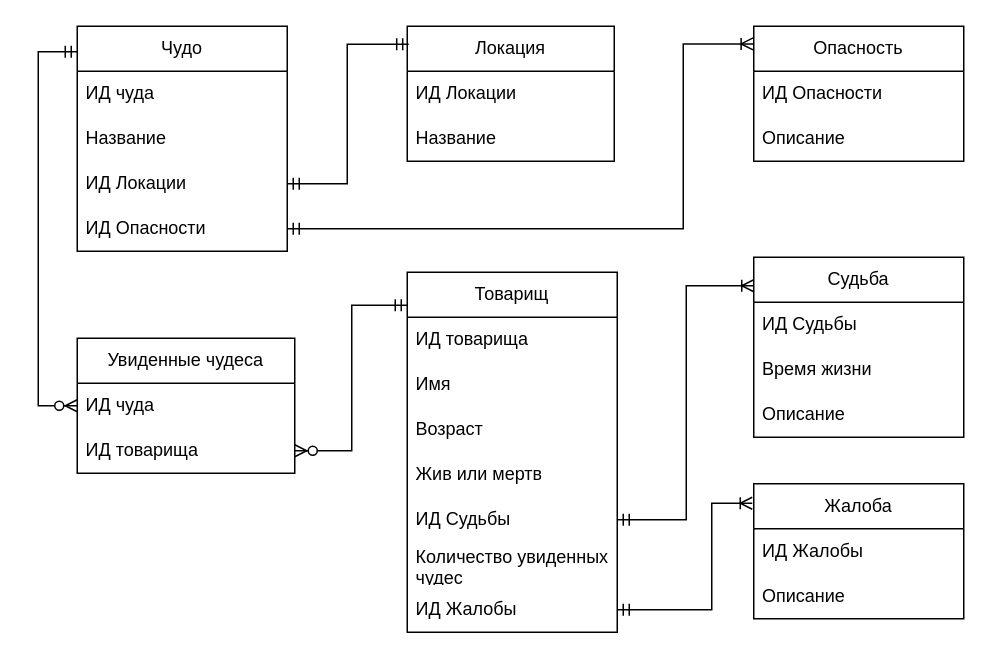
Earlier version of the draw.io diagram 2_term_Software_engineering/Database/lab1/ER.drawio (CandyGoose/ITMO_Software_engineering). Source tidied: cells renumbered, new cells numbered last; positions are measured from the earlier drawing's top-left corner, leaving out a move shared by most shapes. Both pictures are drawn from the tidied source at 150%, with x=0, y=0 at pixel (38, 26).
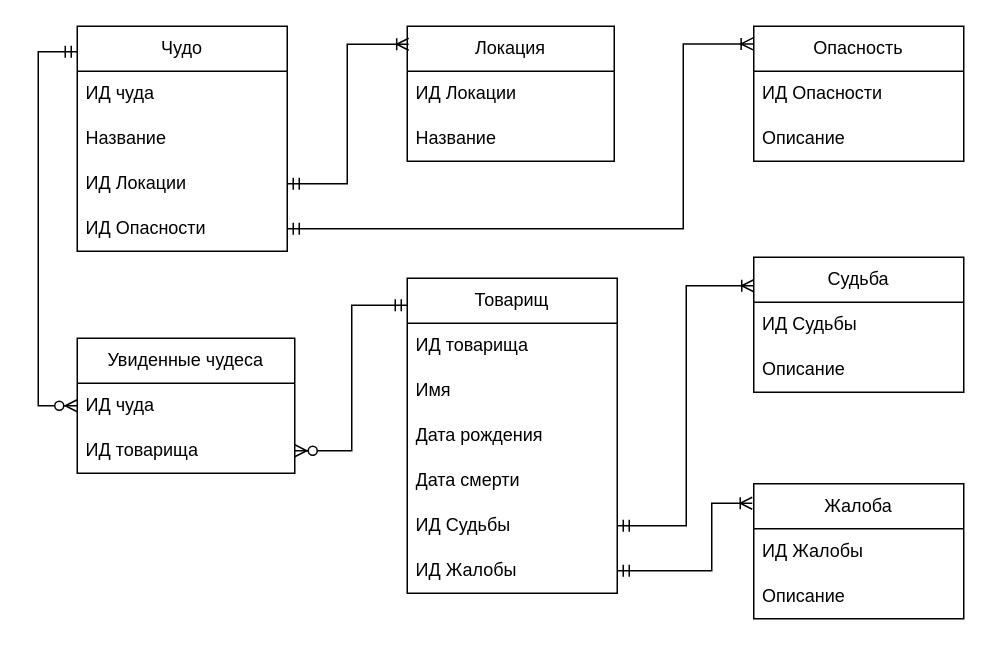
The same diagram, later.

Unchanged cells that the change refers to:
```xml
<mxCell id="7" value="ИД Судьбы" style="text;strokeColor=none;fillColor=none;align=left;verticalAlign=middle;spacingLeft=4;spacingRight=4;overflow=hidden;points=[[0,0.5],[1,0.5]];portConstraint=eastwest;whiteSpace=wrap;html=1;" parent="2" vertex="1">
  <mxGeometry y="150" width="140" height="30" as="geometry" />
</mxCell>
<mxCell id="23" value="ИД Локации" style="text;strokeColor=none;fillColor=none;align=left;verticalAlign=middle;spacingLeft=4;spacingRight=4;overflow=hidden;points=[[0,0.5],[1,0.5]];portConstraint=eastwest;whiteSpace=wrap;html=1;" parent="20" vertex="1">
  <mxGeometry y="90" width="140" height="30" as="geometry" />
</mxCell>
<mxCell id="25" value="Локация" style="swimlane;fontStyle=0;horizontal=1;startSize=30;whiteSpace=wrap;html=1;" parent="1" vertex="1">
  <mxGeometry x="246" width="138" height="90" as="geometry" />
</mxCell>
```

Diff of the diagram source:
```diff
@@
     <mxCell id="2" value="Товарищ" style="swimlane;fontStyle=0;horizontal=1;startSize=30;whiteSpace=wrap;html=1;" parent="1" vertex="1">
-      <mxGeometry x="246" y="164" width="140" height="240" as="geometry" />
+      <mxGeometry x="246" y="168" width="140" height="210" as="geometry" />
     </mxCell>
@@
-    <mxCell id="5" value="Возраст" style="text;strokeColor=none;fillColor=none;align=left;verticalAlign=middle;spacingLeft=4;spacingRight=4;overflow=hidden;whiteSpace=wrap;html=1;" parent="2" vertex="1">
+    <mxCell id="5" value="Дата рождения" style="text;strokeColor=none;fillColor=none;align=left;verticalAlign=middle;spacingLeft=4;spacingRight=4;overflow=hidden;whiteSpace=wrap;html=1;" parent="2" vertex="1">
       <mxGeometry y="90" width="140" height="30" as="geometry" />
     </mxCell>
-    <mxCell id="6" value="Жив или мертв" style="text;strokeColor=none;fillColor=none;align=left;verticalAlign=middle;spacingLeft=4;spacingRight=4;overflow=hidden;whiteSpace=wrap;html=1;" parent="2" vertex="1">
-      <mxGeometry y="120" width="140" height="30" as="geometry" />
-    </mxCell>
+    <mxCell id="37" value="Дата смерти" style="text;strokeColor=none;fillColor=none;align=left;verticalAlign=middle;spacingLeft=4;spacingRight=4;overflow=hidden;whiteSpace=wrap;html=1;" parent="2" vertex="1">
+      <mxGeometry y="120" width="140" height="30" as="geometry" />
+    </mxCell>
@@
-    <mxCell id="8" value="Количество увиденных чудес" style="text;strokeColor=none;fillColor=none;align=left;verticalAlign=middle;spacingLeft=4;spacingRight=4;overflow=hidden;whiteSpace=wrap;html=1;" parent="2" vertex="1">
-      <mxGeometry y="180" width="140" height="30" as="geometry" />
-    </mxCell>
     <mxCell id="9" value="ИД Жалобы" style="text;strokeColor=none;fillColor=none;align=left;verticalAlign=middle;spacingLeft=4;spacingRight=4;overflow=hidden;points=[[0,0.5],[1,0.5]];portConstraint=eastwest;whiteSpace=wrap;html=1;" parent="2" vertex="1">
-      <mxGeometry y="210" width="140" height="30" as="geometry" />
+      <mxGeometry y="180" width="140" height="30" as="geometry" />
     </mxCell>
     <mxCell id="10" value="Судьба" style="swimlane;fontStyle=0;horizontal=1;startSize=30;whiteSpace=wrap;html=1;" parent="1" vertex="1">
-      <mxGeometry x="477" y="154" width="140" height="120" as="geometry" />
+      <mxGeometry x="477" y="154" width="140" height="90" as="geometry" />
     </mxCell>
@@
-    <mxCell id="12" value="Время жизни" style="text;strokeColor=none;fillColor=none;align=left;verticalAlign=middle;spacingLeft=4;spacingRight=4;overflow=hidden;whiteSpace=wrap;html=1;" parent="10" vertex="1">
-      <mxGeometry y="60" width="140" height="30" as="geometry" />
-    </mxCell>
     <mxCell id="13" value="Описание" style="text;strokeColor=none;fillColor=none;align=left;verticalAlign=middle;spacingLeft=4;spacingRight=4;overflow=hidden;whiteSpace=wrap;html=1;" parent="10" vertex="1">
-      <mxGeometry y="90" width="140" height="30" as="geometry" />
+      <mxGeometry y="60" width="140" height="30" as="geometry" />
     </mxCell>
@@
-    <mxCell id="31" style="edgeStyle=orthogonalEdgeStyle;fontSize=12;html=1;endArrow=ERmandOne;startArrow=ERmandOne;rounded=0;exitX=1;exitY=0.5;exitDx=0;exitDy=0;entryX=0.007;entryY=0.133;entryDx=0;entryDy=0;entryPerimeter=0;" parent="1" edge="1" source="23" target="25">
+    <mxCell id="31" style="edgeStyle=orthogonalEdgeStyle;fontSize=12;html=1;endArrow=ERoneToMany;startArrow=ERmandOne;rounded=0;exitX=1;exitY=0.5;exitDx=0;exitDy=0;entryX=0.007;entryY=0.133;entryDx=0;entryDy=0;entryPerimeter=0;endFill=0;" parent="1" edge="1" source="23" target="25">
       <mxGeometry relative="1" as="geometry" />
     </mxCell>
@@
     <mxCell id="35" style="edgeStyle=orthogonalEdgeStyle;fontSize=12;html=1;endArrow=ERoneToMany;startArrow=ERmandOne;rounded=0;exitX=1;exitY=0.5;exitDx=0;exitDy=0;" parent="1" edge="1" source="7">
       <mxGeometry relative="1" as="geometry">
         <mxPoint x="477" y="173" as="targetPoint" />
         <Array as="points">
-          <mxPoint x="432" y="329" />
+          <mxPoint x="432" y="333" />
           <mxPoint x="432" y="173" />
         </Array>
       </mxGeometry>
     </mxCell>
     <mxCell id="36" style="edgeStyle=orthogonalEdgeStyle;fontSize=12;html=1;endArrow=ERoneToMany;startArrow=ERmandOne;rounded=0;exitX=1;exitY=0.5;exitDx=0;exitDy=0;" parent="1" edge="1" source="9">
       <mxGeometry relative="1" as="geometry">
         <mxPoint x="476" y="318" as="targetPoint" />
         <Array as="points">
-          <mxPoint x="449" y="389" />
+          <mxPoint x="449" y="363" />
           <mxPoint x="449" y="318" />
         </Array>
       </mxGeometry>
     </mxCell>
```
